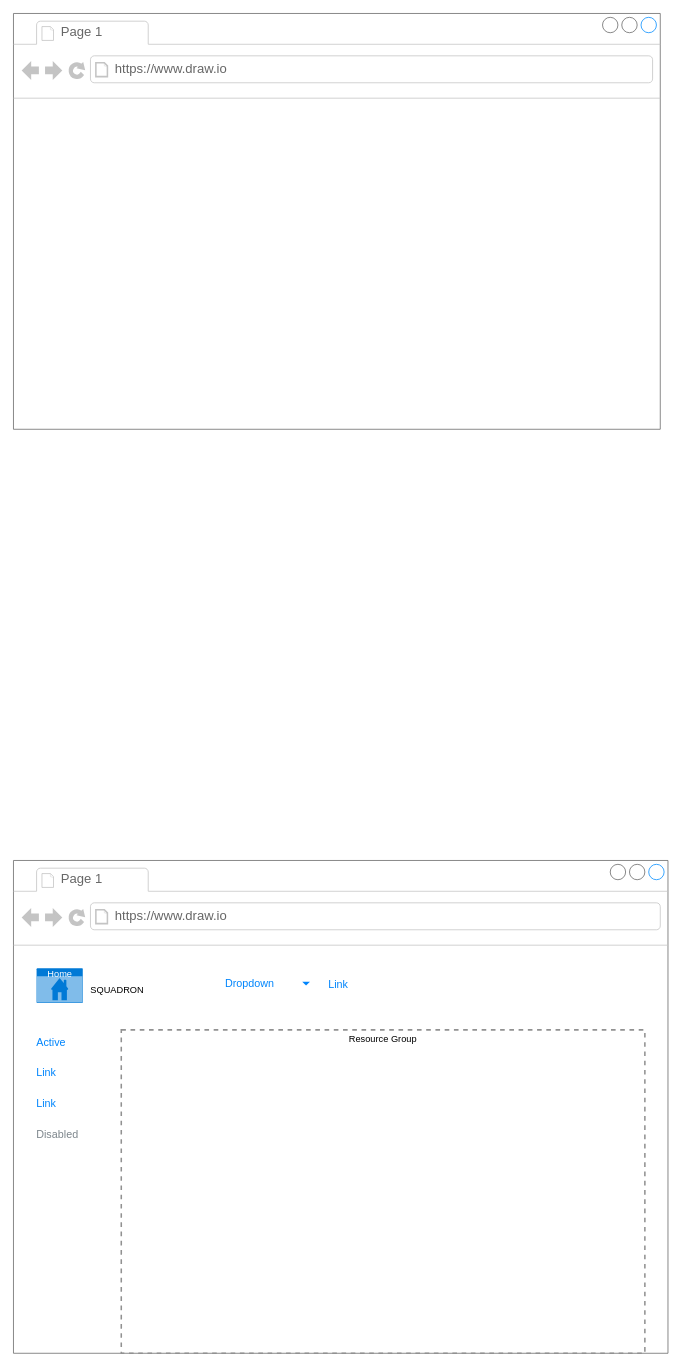
This is page "Page-2" (2 of 2) of WireFrame- Home Navigation sites.drawio from Kadena-AB-Data-Operations/WireFrame, a draw.io file, before an edit. Source tidied: cells renumbered, new cells numbered last; positions are measured from the earlier drawing's top-left corner, leaving out a move shared by most shapes. Both pictures are drawn from the tidied source at 77%, with x=0, y=0 at pixel (13, 13).
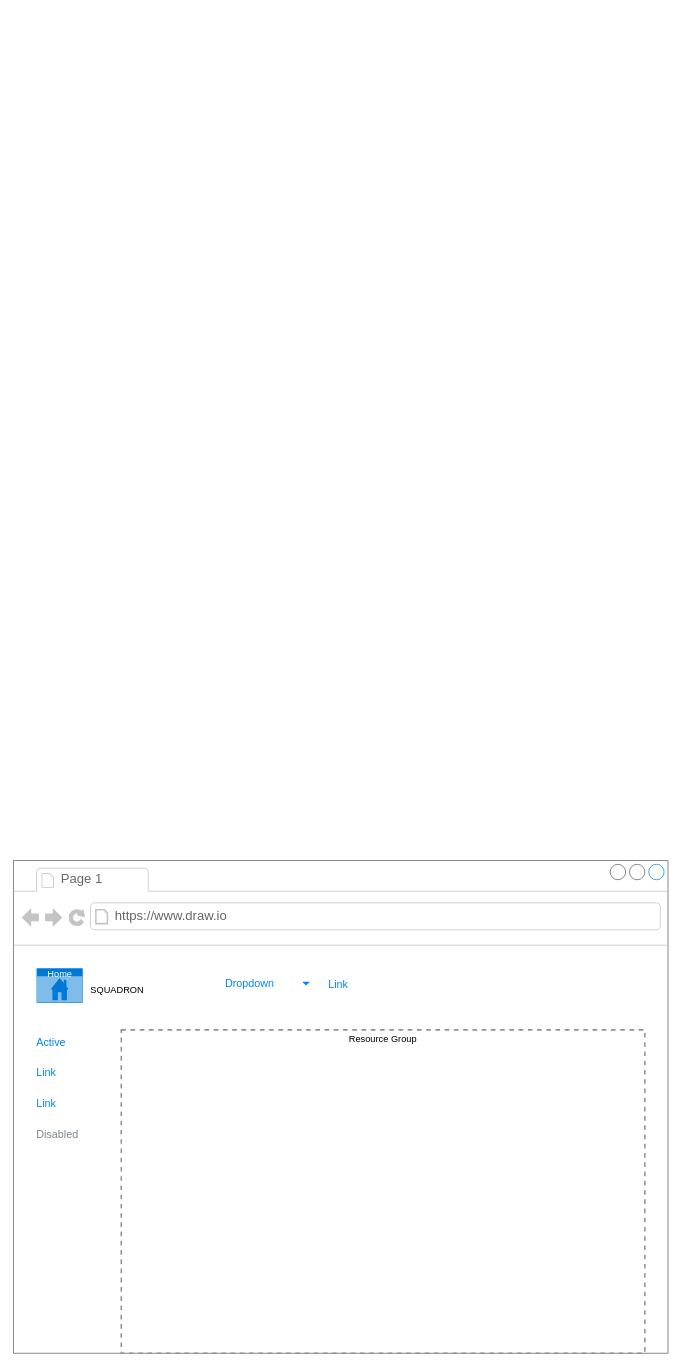
The same diagram, later.

The edit, as a diff of the source:
```diff
@@
 <mxGraphModel>
   <root>
     <mxCell id="0" />
     <mxCell id="1" parent="0" />
     <mxCell id="2" style="strokeWidth=1;shadow=0;dashed=0;align=center;html=1;shape=mxgraph.mockup.containers.browserWindow;rSize=0;strokeColor=#666666;strokeColor2=#008cff;strokeColor3=#c4c4c4;mainText=,;" parent="1" vertex="1">
       <mxGeometry y="1100" width="850" height="640" as="geometry" />
     </mxCell>
     <mxCell id="3" value="Page 1" style="strokeWidth=1;shadow=0;dashed=0;align=center;html=1;shape=mxgraph.mockup.containers.anchor;fontSize=17;fontColor=#666666;align=left;" parent="2" vertex="1">
       <mxGeometry x="60" y="12" width="110" height="26" as="geometry" />
     </mxCell>
     <mxCell id="4" value="https://www.draw.io" style="strokeWidth=1;shadow=0;dashed=0;align=center;html=1;shape=mxgraph.mockup.containers.anchor;rSize=0;fontSize=17;fontColor=#666666;align=left;" parent="2" vertex="1">
       <mxGeometry x="130" y="60" width="250" height="26" as="geometry" />
     </mxCell>
     <mxCell id="5" value="Active" style="fillColor=none;strokeColor=none;fontSize=14;fontColor=#0085FC;align=left;spacing=10;" parent="2" vertex="1">
       <mxGeometry x="20" y="220" width="80" height="30" as="geometry" />
     </mxCell>
     <mxCell id="6" value="Link" style="fillColor=none;strokeColor=none;fontSize=14;fontColor=#0085FC;align=left;spacing=10;" parent="2" vertex="1">
       <mxGeometry x="20" y="260" width="80" height="30" as="geometry" />
     </mxCell>
     <mxCell id="7" value="Link" style="fillColor=none;strokeColor=none;fontSize=14;fontColor=#0085FC;align=left;spacing=10;" parent="2" vertex="1">
       <mxGeometry x="20" y="300" width="80" height="30" as="geometry" />
     </mxCell>
     <mxCell id="8" value="Disabled" style="fillColor=none;strokeColor=none;fontSize=14;fontColor=#7D868C;align=left;spacing=10;" parent="2" vertex="1">
       <mxGeometry x="20" y="340" width="80" height="30" as="geometry" />
     </mxCell>
     <mxCell id="9" value="Resource Group" style="fontStyle=0;verticalAlign=top;align=center;spacingTop=-2;fillColor=none;rounded=0;whiteSpace=wrap;html=1;strokeColor=#919191;strokeWidth=2;dashed=1;" parent="2" vertex="1">
       <mxGeometry x="140" y="220" width="680" height="420" as="geometry" />
     </mxCell>
-    <mxCell id="10" style="strokeWidth=1;shadow=0;dashed=0;align=center;html=1;shape=mxgraph.mockup.containers.browserWindow;rSize=0;strokeColor=#666666;strokeColor2=#008cff;strokeColor3=#c4c4c4;mainText=,;" parent="1" vertex="1">
-      <mxGeometry width="840" height="540" as="geometry" />
-    </mxCell>
-    <mxCell id="11" value="Page 1" style="strokeWidth=1;shadow=0;dashed=0;align=center;html=1;shape=mxgraph.mockup.containers.anchor;fontSize=17;fontColor=#666666;align=left;" parent="10" vertex="1">
-      <mxGeometry x="60" y="12" width="110" height="26" as="geometry" />
-    </mxCell>
-    <mxCell id="12" value="https://www.draw.io" style="strokeWidth=1;shadow=0;dashed=0;align=center;html=1;shape=mxgraph.mockup.containers.anchor;rSize=0;fontSize=17;fontColor=#666666;align=left;" parent="10" vertex="1">
-      <mxGeometry x="130" y="60" width="250" height="26" as="geometry" />
-    </mxCell>
     <mxCell id="13" value="Dropdown" style="strokeColor=none;fillColor=none;rSize=5;perimeter=none;whiteSpace=wrap;align=center;spacing=20;fontSize=14;fontColor=#0085FC;spacingRight=10;" parent="1" vertex="1">
       <mxGeometry x="232" y="1240" width="160" height="40" as="geometry" />
     </mxCell>
     <mxCell id="14" style="shape=triangle;direction=south;fillColor=#0085FC;strokeColor=none;perimeter=none;sketch=0;" parent="13" vertex="1">
       <mxGeometry x="1" y="0.5" width="10" height="5" relative="1" as="geometry">
         <mxPoint x="-17" y="-2.5" as="offset" />
       </mxGeometry>
     </mxCell>
     <mxCell id="15" value="Link" style="fillColor=none;strokeColor=none;fontSize=14;fontColor=#0085FC;" parent="1" vertex="1">
       <mxGeometry x="307" y="1240" width="230" height="40" as="geometry" />
     </mxCell>
     <mxCell id="16" value="Home" style="html=1;strokeColor=none;fillColor=#0079D6;labelPosition=center;verticalLabelPosition=middle;verticalAlign=top;align=center;fontSize=12;spacingTop=-6;fontColor=#FFFFFF;sketch=0;shape=mxgraph.sitemap.home;" parent="1" vertex="1">
       <mxGeometry x="30" y="1240" width="60" height="45" as="geometry" />
     </mxCell>
     <mxCell id="17" value="SQUADRON" style="text;html=1;strokeColor=none;fillColor=none;align=center;verticalAlign=middle;whiteSpace=wrap;rounded=0;" parent="1" vertex="1">
       <mxGeometry x="100" y="1245" width="70" height="45" as="geometry" />
     </mxCell>
   </root>
 </mxGraphModel>
```
